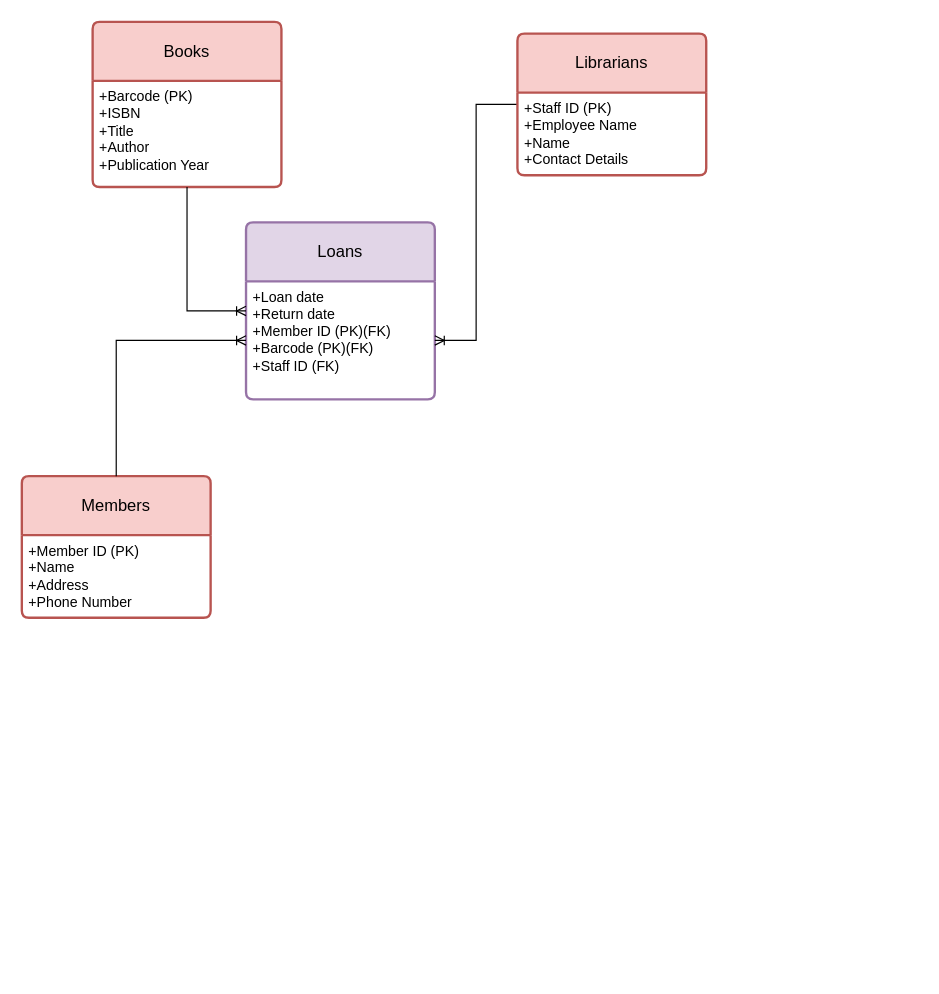
Before: thursdaylibrary.drawio in p4rsl3yyy/at1, a draw.io diagram. Source tidied: cells renumbered, new cells numbered last; positions are measured from the earlier drawing's top-left corner, leaving out a move shared by most shapes. Both pictures are drawn from the tidied source at 118%, with x=0, y=0 at pixel (21, 21).
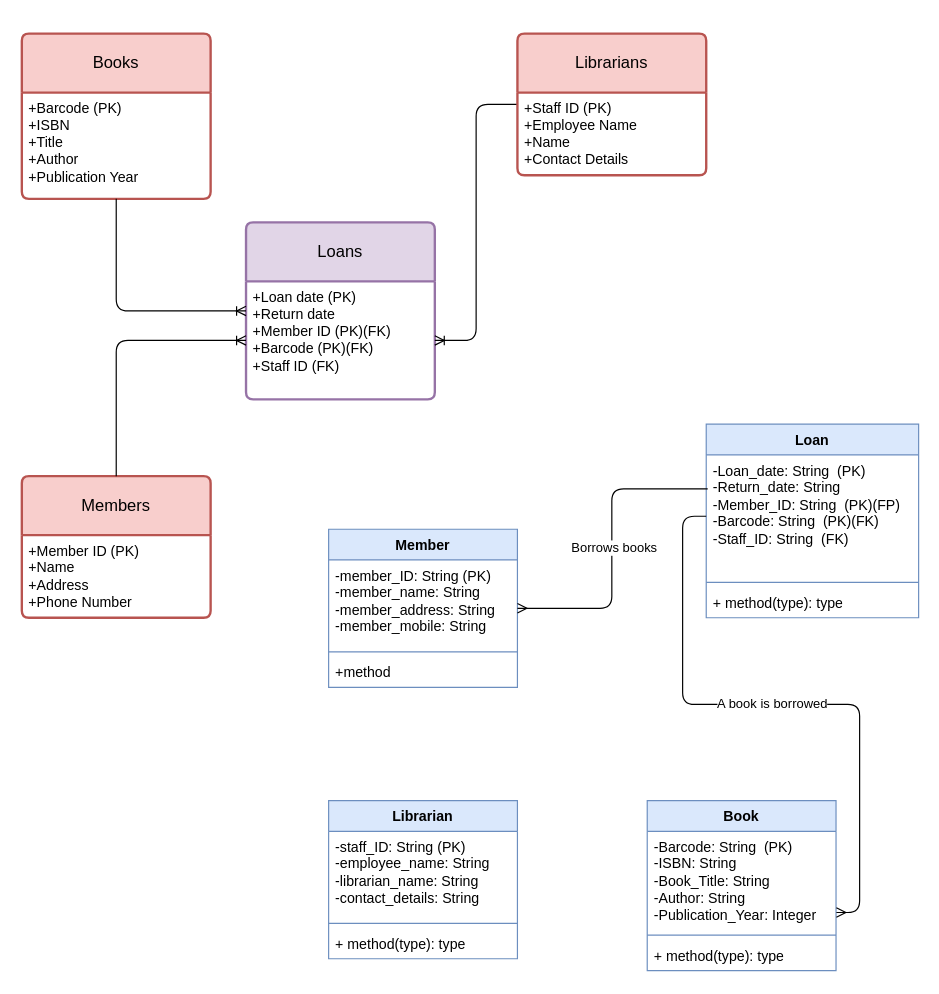
Above is the later version.

The change refers to these unchanged cells:
```xml
<mxCell id="2" value="Members" style="swimlane;horizontal=1;startSize=50;rounded=1;fontSize=14;fontStyle=0;strokeWidth=2;shadow=0;dashed=0;align=center;arcSize=4;whiteSpace=wrap;html=1;fillColor=#f8cecc;strokeColor=#b85450;" parent="1" vertex="1">
  <mxGeometry y="385" width="160" height="120" as="geometry" />
</mxCell>
<mxCell id="4" value="Loans" style="swimlane;horizontal=1;startSize=50;rounded=1;fontSize=14;fontStyle=0;strokeWidth=2;shadow=0;dashed=0;align=center;arcSize=4;whiteSpace=wrap;html=1;fillColor=#e1d5e7;strokeColor=#9673a6;" parent="1" vertex="1">
  <mxGeometry x="190" y="170" width="160" height="150" as="geometry" />
</mxCell>
<mxCell id="7" value="+Barcode (PK)&lt;br&gt;+ISBN&lt;br&gt;&lt;div&gt;+Title&lt;/div&gt;&lt;div&gt;+Author&lt;/div&gt;&lt;div&gt;+Publication Year&lt;/div&gt;" style="align=left;strokeColor=none;fillColor=none;spacingLeft=4;fontSize=12;verticalAlign=top;html=1;" parent="6" vertex="1">
  <mxGeometry y="50" width="160" height="90" as="geometry" />
</mxCell>
<mxCell id="9" value="Librarians" style="swimlane;horizontal=1;startSize=50;rounded=1;fontSize=14;fontStyle=0;strokeWidth=2;shadow=0;dashed=0;align=center;arcSize=4;whiteSpace=wrap;html=1;fillColor=#f8cecc;strokeColor=#b85450;" parent="1" vertex="1">
  <mxGeometry x="420" y="10" width="160" height="120" as="geometry" />
</mxCell>
```

What changed in the source:
```diff
@@
-    <mxCell id="5" value="&lt;div&gt;+Loan date&lt;/div&gt;&lt;div&gt;+Return date&lt;/div&gt;&lt;div&gt;+Member ID (PK)(FK)&lt;br&gt;+Barcode (PK)(FK)&lt;/div&gt;&lt;div&gt;+Staff ID (FK)&lt;/div&gt;" style="align=left;strokeColor=none;fillColor=none;spacingLeft=4;fontSize=12;verticalAlign=top;html=1;" parent="4" vertex="1">
+    <mxCell id="5" value="&lt;div&gt;+Loan date (PK)&lt;/div&gt;&lt;div&gt;+Return date&lt;/div&gt;&lt;div&gt;+Member ID (PK)(FK)&lt;br&gt;+Barcode (PK)(FK)&lt;/div&gt;&lt;div&gt;+Staff ID (FK)&lt;/div&gt;" style="align=left;strokeColor=none;fillColor=none;spacingLeft=4;fontSize=12;verticalAlign=top;html=1;" parent="4" vertex="1">
       <mxGeometry y="50" width="160" height="100" as="geometry" />
     </mxCell>
     <mxCell id="6" value="Books" style="swimlane;horizontal=1;startSize=50;rounded=1;fontSize=14;fontStyle=0;strokeWidth=2;shadow=0;dashed=0;align=center;arcSize=4;whiteSpace=wrap;html=1;fillColor=#f8cecc;strokeColor=#b85450;" parent="1" vertex="1">
-      <mxGeometry x="60" width="160" height="140" as="geometry" />
+      <mxGeometry y="10" width="160" height="140" as="geometry" />
     </mxCell>
@@
-    <mxCell id="8" style="edgeStyle=orthogonalEdgeStyle;rounded=0;jettySize=auto;html=1;entryX=1;entryY=0.5;entryDx=0;entryDy=0;endArrow=ERoneToMany;endFill=0;" parent="1" edge="1" source="9" target="5">
+    <mxCell id="8" style="edgeStyle=orthogonalEdgeStyle;rounded=1;jettySize=auto;html=1;entryX=1;entryY=0.5;entryDx=0;entryDy=0;endArrow=ERoneToMany;endFill=0;curved=0;" parent="1" edge="1" source="9" target="5">
       <mxGeometry relative="1" as="geometry" />
     </mxCell>
@@
-    <mxCell id="11" style="edgeStyle=orthogonalEdgeStyle;rounded=0;jettySize=auto;html=1;exitX=0;exitY=0.25;exitDx=0;exitDy=0;entryX=0.5;entryY=1;entryDx=0;entryDy=0;startArrow=ERoneToMany;startFill=0;endArrow=none;endFill=0;" parent="1" edge="1" source="5" target="7">
+    <mxCell id="11" style="edgeStyle=orthogonalEdgeStyle;rounded=1;jettySize=auto;html=1;exitX=0;exitY=0.25;exitDx=0;exitDy=0;entryX=0.5;entryY=1;entryDx=0;entryDy=0;startArrow=ERoneToMany;startFill=0;endArrow=none;endFill=0;curved=0;" parent="1" edge="1" source="5" target="7">
       <mxGeometry relative="1" as="geometry" />
     </mxCell>
-    <mxCell id="12" style="edgeStyle=orthogonalEdgeStyle;rounded=0;jettySize=auto;html=1;exitX=0.5;exitY=0;exitDx=0;exitDy=0;entryX=0;entryY=0.5;entryDx=0;entryDy=0;endArrow=ERoneToMany;endFill=0;" parent="1" edge="1" source="2" target="5">
+    <mxCell id="12" style="edgeStyle=orthogonalEdgeStyle;rounded=1;jettySize=auto;html=1;exitX=0.5;exitY=0;exitDx=0;exitDy=0;entryX=0;entryY=0.5;entryDx=0;entryDy=0;endArrow=ERoneToMany;endFill=0;curved=0;" parent="1" edge="1" source="2" target="5">
       <mxGeometry relative="1" as="geometry" />
     </mxCell>
+    <mxCell id="13" value="Loan" style="swimlane;fontStyle=1;align=center;verticalAlign=top;horizontal=1;startSize=26;whiteSpace=wrap;html=1;fillColor=#dae8fc;strokeColor=#6c8ebf;" parent="1" vertex="1">
+      <mxGeometry x="580" y="341" width="180" height="164" as="geometry" />
+    </mxCell>
+    <mxCell id="14" value="-Loan_date: String&amp;nbsp;&amp;nbsp;(PK)&lt;br&gt;-Return_date: String&amp;nbsp;&lt;br&gt;-Member_ID: String&amp;nbsp;&amp;nbsp;(PK)(FP)&lt;br&gt;-Barcode: String&amp;nbsp;&amp;nbsp;(PK)(FK)&lt;br&gt;-Staff_ID: String&amp;nbsp;&amp;nbsp;(FK)" style="text;strokeColor=none;fillColor=none;align=left;verticalAlign=top;spacingLeft=4;spacingRight=4;overflow=hidden;points=[[0,0.5],[1,0.5]];portConstraint=eastwest;whiteSpace=wrap;html=1;" parent="13" vertex="1">
+      <mxGeometry y="26" width="180" height="104" as="geometry" />
+    </mxCell>
+    <mxCell id="15" style="line;strokeWidth=1;fillColor=none;align=left;verticalAlign=middle;spacingTop=-1;spacingLeft=3;spacingRight=3;labelPosition=right;strokeColor=inherit;" parent="13" vertex="1">
+      <mxGeometry y="130" width="180" height="8" as="geometry" />
+    </mxCell>
+    <mxCell id="16" value="+ method(type): type" style="text;strokeColor=none;fillColor=none;align=left;verticalAlign=top;spacingLeft=4;spacingRight=4;overflow=hidden;whiteSpace=wrap;html=1;" parent="13" vertex="1">
+      <mxGeometry y="138" width="180" height="26" as="geometry" />
+    </mxCell>
+    <mxCell id="17" value="Member" style="swimlane;fontStyle=1;align=center;verticalAlign=top;horizontal=1;startSize=26;whiteSpace=wrap;html=1;fillColor=#dae8fc;strokeColor=#6c8ebf;" parent="1" vertex="1">
+      <mxGeometry x="260" y="430" width="160" height="134" as="geometry" />
+    </mxCell>
+    <mxCell id="18" value="-member_ID: String (PK)&lt;br&gt;-member_name: String&lt;br&gt;-member_address: String&lt;br&gt;-member_mobile: String&lt;div&gt;&lt;br&gt;&lt;/div&gt;" style="text;strokeColor=none;fillColor=none;align=left;verticalAlign=top;spacingLeft=4;spacingRight=4;overflow=hidden;whiteSpace=wrap;html=1;" parent="17" vertex="1">
+      <mxGeometry y="26" width="160" height="74" as="geometry" />
+    </mxCell>
+    <mxCell id="19" style="line;strokeWidth=1;fillColor=none;align=left;verticalAlign=middle;spacingTop=-1;spacingLeft=3;spacingRight=3;labelPosition=right;strokeColor=inherit;" parent="17" vertex="1">
+      <mxGeometry y="100" width="160" height="8" as="geometry" />
+    </mxCell>
+    <mxCell id="20" value="+method" style="text;strokeColor=none;fillColor=none;align=left;verticalAlign=top;spacingLeft=4;spacingRight=4;overflow=hidden;whiteSpace=wrap;html=1;" parent="17" vertex="1">
+      <mxGeometry y="108" width="160" height="26" as="geometry" />
+    </mxCell>
+    <mxCell id="21" value="Librarian" style="swimlane;fontStyle=1;align=center;verticalAlign=top;horizontal=1;startSize=26;whiteSpace=wrap;html=1;fillColor=#dae8fc;strokeColor=#6c8ebf;" parent="1" vertex="1">
+      <mxGeometry x="260" y="660" width="160" height="134" as="geometry" />
+    </mxCell>
+    <mxCell id="22" value="-staff_ID: String (PK)&lt;br&gt;-employee_name: String&amp;nbsp;&lt;div&gt;-librarian_name&lt;span style=&quot;background-color: initial;&quot;&gt;: String&lt;/span&gt;&lt;span style=&quot;background-color: initial;&quot;&gt;&amp;nbsp;&lt;/span&gt;&lt;/div&gt;&lt;div&gt;-contact_details&lt;span style=&quot;background-color: initial;&quot;&gt;: String&lt;/span&gt;&lt;span style=&quot;background-color: initial;&quot;&gt;&amp;nbsp;&lt;/span&gt;&lt;/div&gt;" style="text;strokeColor=none;fillColor=none;align=left;verticalAlign=top;spacingLeft=4;spacingRight=4;overflow=hidden;whiteSpace=wrap;html=1;" parent="21" vertex="1">
+      <mxGeometry y="26" width="160" height="74" as="geometry" />
+    </mxCell>
+    <mxCell id="23" style="line;strokeWidth=1;fillColor=none;align=left;verticalAlign=middle;spacingTop=-1;spacingLeft=3;spacingRight=3;labelPosition=right;strokeColor=inherit;" parent="21" vertex="1">
+      <mxGeometry y="100" width="160" height="8" as="geometry" />
+    </mxCell>
+    <mxCell id="24" value="+ method(type): type" style="text;strokeColor=none;fillColor=none;align=left;verticalAlign=top;spacingLeft=4;spacingRight=4;overflow=hidden;whiteSpace=wrap;html=1;" parent="21" vertex="1">
+      <mxGeometry y="108" width="160" height="26" as="geometry" />
+    </mxCell>
+    <mxCell id="25" value="Book" style="swimlane;fontStyle=1;align=center;verticalAlign=top;horizontal=1;startSize=26;whiteSpace=wrap;html=1;fillColor=#dae8fc;strokeColor=#6c8ebf;" parent="1" vertex="1">
+      <mxGeometry x="530" y="660" width="160" height="144" as="geometry" />
+    </mxCell>
+    <mxCell id="26" value="-Barcode: String&amp;nbsp;&amp;nbsp;(PK)&lt;br&gt;-ISBN: String&amp;nbsp;&lt;br&gt;-Book_Title: String&amp;nbsp;&lt;br&gt;-Author: String&amp;nbsp;&lt;br&gt;-Publication_Year: Integer" style="text;strokeColor=none;fillColor=none;align=left;verticalAlign=top;spacingLeft=4;spacingRight=4;overflow=hidden;points=[[0,0.5],[1,0.5]];portConstraint=eastwest;whiteSpace=wrap;html=1;" parent="25" vertex="1">
+      <mxGeometry y="26" width="160" height="84" as="geometry" />
+    </mxCell>
+    <mxCell id="27" style="line;strokeWidth=1;fillColor=none;align=left;verticalAlign=middle;spacingTop=-1;spacingLeft=3;spacingRight=3;labelPosition=right;strokeColor=inherit;" parent="25" vertex="1">
+      <mxGeometry y="110" width="160" height="8" as="geometry" />
+    </mxCell>
+    <mxCell id="28" value="+ method(type): type" style="text;strokeColor=none;fillColor=none;align=left;verticalAlign=top;spacingLeft=4;spacingRight=4;overflow=hidden;whiteSpace=wrap;html=1;" parent="25" vertex="1">
+      <mxGeometry y="118" width="160" height="26" as="geometry" />
+    </mxCell>
+    <mxCell id="29" style="edgeStyle=orthogonalEdgeStyle;rounded=1;jettySize=auto;html=1;entryX=1;entryY=0.5;entryDx=0;entryDy=0;exitX=0.007;exitY=0.277;exitDx=0;exitDy=0;exitPerimeter=0;curved=0;endArrow=ERmany;endFill=0;" parent="1" edge="1" source="14" target="17">
+      <mxGeometry relative="1" as="geometry" />
+    </mxCell>
+    <mxCell id="30" value="Borrows books" style="edgeLabel;html=1;align=center;verticalAlign=middle;" parent="29" vertex="1">
+      <mxGeometry y="1" relative="1" as="geometry" />
+    </mxCell>
+    <mxCell id="31" style="edgeStyle=orthogonalEdgeStyle;rounded=1;jettySize=auto;html=1;exitX=0;exitY=0.5;exitDx=0;exitDy=0;entryX=1.002;entryY=0.819;entryDx=0;entryDy=0;entryPerimeter=0;endArrow=ERmany;endFill=0;curved=0;flowAnimation=0;shadow=0;" parent="1" edge="1" source="14" target="26">
+      <mxGeometry relative="1" as="geometry" />
+    </mxCell>
+    <mxCell id="32" value="A book is borrowed" style="edgeLabel;html=1;align=center;verticalAlign=middle;" parent="31" vertex="1">
+      <mxGeometry x="-0.03" y="1" relative="1" as="geometry" />
+    </mxCell>
```
